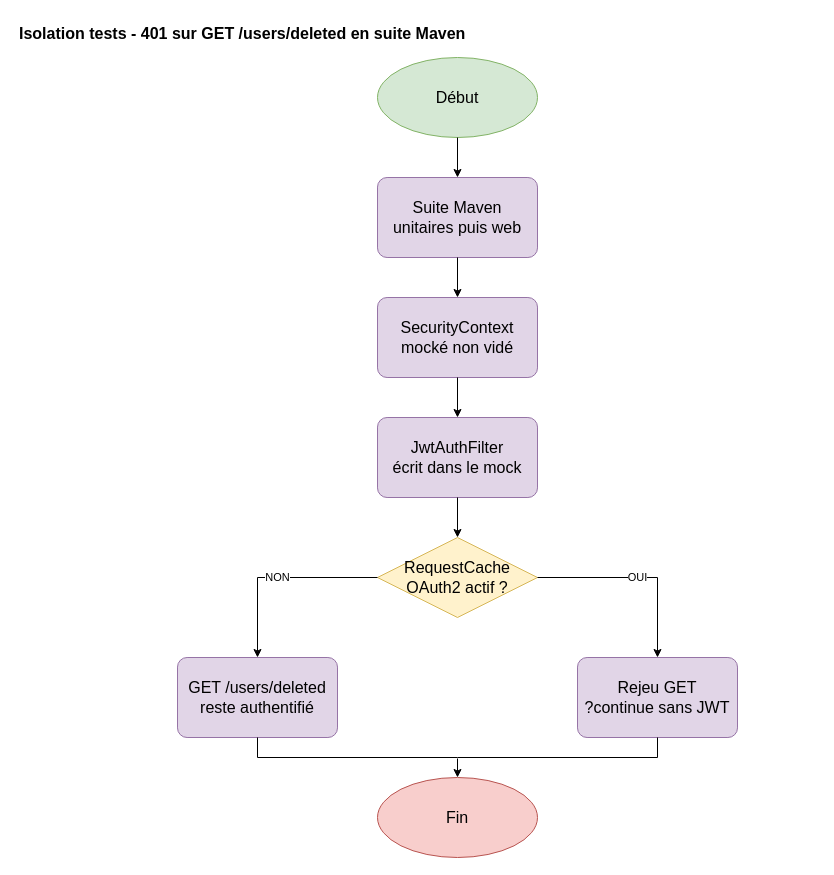
Earlier version of the draw.io diagram page "4. Isolation tests 401" (4 of 4) of docs/process/restdocs-generation.drawio (OrifInformatique/spring-auth). Source tidied: cells renumbered, new cells numbered last; positions are measured from the earlier drawing's top-left corner, leaving out a move shared by most shapes. Both pictures are drawn from the tidied source at 100%, with x=0, y=0 at pixel (17, 17).
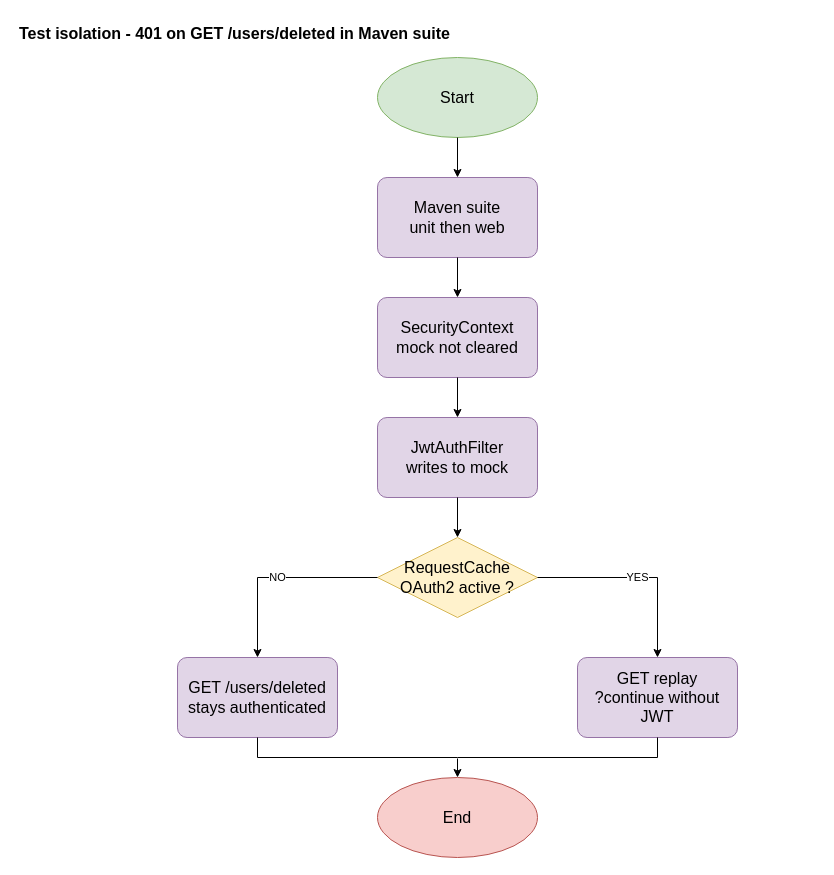
The same diagram, later.

Change to the diagram source:
```diff
@@
-    <mxCell id="2" value="Isolation tests  - 401 sur GET /users/deleted en suite Maven" style="text;html=1;strokeColor=none;fillColor=none;align=left;fontFamily=Helvetica;fontSize=16;fontStyle=1;fontColor=#000000;" parent="1" vertex="1">
+    <mxCell id="2" value="Test isolation  - 401 on GET /users/deleted in Maven suite" style="text;html=1;strokeColor=none;fillColor=none;align=left;fontFamily=Helvetica;fontSize=16;fontStyle=1;fontColor=#000000;" parent="1" vertex="1">
       <mxGeometry width="800" height="30" as="geometry" />
     </mxCell>
-    <mxCell id="3" value="Début" style="ellipse;whiteSpace=wrap;html=1;strokeWidth=1;fontFamily=Helvetica;fontSize=16;fontStyle=0;fontColor=#000000;align=center;verticalAlign=middle;spacing=2;opacity=100;fillColor=#d5e8d4;strokeColor=#82b366;" parent="1" vertex="1">
+    <mxCell id="3" value="Start" style="ellipse;whiteSpace=wrap;html=1;strokeWidth=1;fontFamily=Helvetica;fontSize=16;fontStyle=0;fontColor=#000000;align=center;verticalAlign=middle;spacing=2;opacity=100;fillColor=#d5e8d4;strokeColor=#82b366;" parent="1" vertex="1">
       <mxGeometry x="360" y="40" width="160" height="80" as="geometry" />
     </mxCell>
-    <mxCell id="4" value="Suite Maven&#10;unitaires puis web" style="rounded=1;arcSize=12;whiteSpace=wrap;html=1;strokeWidth=1;fontFamily=Helvetica;fontSize=16;fontStyle=0;fontColor=#000000;align=center;verticalAlign=middle;spacing=2;opacity=100;fillColor=#e1d5e7;strokeColor=#9673a6;" parent="1" vertex="1">
+    <mxCell id="4" value="Maven suite&#10;unit then web" style="rounded=1;arcSize=12;whiteSpace=wrap;html=1;strokeWidth=1;fontFamily=Helvetica;fontSize=16;fontStyle=0;fontColor=#000000;align=center;verticalAlign=middle;spacing=2;opacity=100;fillColor=#e1d5e7;strokeColor=#9673a6;" parent="1" vertex="1">
       <mxGeometry x="360" y="160" width="160" height="80" as="geometry" />
     </mxCell>
-    <mxCell id="5" value="SecurityContext&#10;mocké non vidé" style="rounded=1;arcSize=12;whiteSpace=wrap;html=1;strokeWidth=1;fontFamily=Helvetica;fontSize=16;fontStyle=0;fontColor=#000000;align=center;verticalAlign=middle;spacing=2;opacity=100;fillColor=#e1d5e7;strokeColor=#9673a6;" parent="1" vertex="1">
+    <mxCell id="5" value="SecurityContext&#10;mock not cleared" style="rounded=1;arcSize=12;whiteSpace=wrap;html=1;strokeWidth=1;fontFamily=Helvetica;fontSize=16;fontStyle=0;fontColor=#000000;align=center;verticalAlign=middle;spacing=2;opacity=100;fillColor=#e1d5e7;strokeColor=#9673a6;" parent="1" vertex="1">
       <mxGeometry x="360" y="280" width="160" height="80" as="geometry" />
     </mxCell>
-    <mxCell id="6" value="JwtAuthFilter&#10;écrit dans le mock" style="rounded=1;arcSize=12;whiteSpace=wrap;html=1;strokeWidth=1;fontFamily=Helvetica;fontSize=16;fontStyle=0;fontColor=#000000;align=center;verticalAlign=middle;spacing=2;opacity=100;fillColor=#e1d5e7;strokeColor=#9673a6;" parent="1" vertex="1">
+    <mxCell id="6" value="JwtAuthFilter&#10;writes to mock" style="rounded=1;arcSize=12;whiteSpace=wrap;html=1;strokeWidth=1;fontFamily=Helvetica;fontSize=16;fontStyle=0;fontColor=#000000;align=center;verticalAlign=middle;spacing=2;opacity=100;fillColor=#e1d5e7;strokeColor=#9673a6;" parent="1" vertex="1">
       <mxGeometry x="360" y="400" width="160" height="80" as="geometry" />
     </mxCell>
-    <mxCell id="7" value="RequestCache&#10;OAuth2 actif ?" style="rhombus;whiteSpace=wrap;html=1;strokeWidth=1;fontFamily=Helvetica;fontSize=16;fontStyle=0;fontColor=#000000;align=center;verticalAlign=middle;spacing=2;opacity=100;fillColor=#fff2cc;strokeColor=#d6b656;" parent="1" vertex="1">
+    <mxCell id="7" value="RequestCache&#10;OAuth2 active ?" style="rhombus;whiteSpace=wrap;html=1;strokeWidth=1;fontFamily=Helvetica;fontSize=16;fontStyle=0;fontColor=#000000;align=center;verticalAlign=middle;spacing=2;opacity=100;fillColor=#fff2cc;strokeColor=#d6b656;" parent="1" vertex="1">
       <mxGeometry x="360" y="520" width="160" height="80" as="geometry" />
     </mxCell>
-    <mxCell id="8" value="GET /users/deleted&#10;reste authentifié" style="rounded=1;arcSize=12;whiteSpace=wrap;html=1;strokeWidth=1;fontFamily=Helvetica;fontSize=16;fontStyle=0;fontColor=#000000;align=center;verticalAlign=middle;spacing=2;opacity=100;fillColor=#e1d5e7;strokeColor=#9673a6;" parent="1" vertex="1">
+    <mxCell id="8" value="GET /users/deleted&#10;stays authenticated" style="rounded=1;arcSize=12;whiteSpace=wrap;html=1;strokeWidth=1;fontFamily=Helvetica;fontSize=16;fontStyle=0;fontColor=#000000;align=center;verticalAlign=middle;spacing=2;opacity=100;fillColor=#e1d5e7;strokeColor=#9673a6;" parent="1" vertex="1">
       <mxGeometry x="160" y="640" width="160" height="80" as="geometry" />
     </mxCell>
-    <mxCell id="9" value="Rejeu GET&#10;?continue sans JWT" style="rounded=1;arcSize=12;whiteSpace=wrap;html=1;strokeWidth=1;fontFamily=Helvetica;fontSize=16;fontStyle=0;fontColor=#000000;align=center;verticalAlign=middle;spacing=2;opacity=100;fillColor=#e1d5e7;strokeColor=#9673a6;" parent="1" vertex="1">
+    <mxCell id="9" value="GET replay&#10;?continue without JWT" style="rounded=1;arcSize=12;whiteSpace=wrap;html=1;strokeWidth=1;fontFamily=Helvetica;fontSize=16;fontStyle=0;fontColor=#000000;align=center;verticalAlign=middle;spacing=2;opacity=100;fillColor=#e1d5e7;strokeColor=#9673a6;" parent="1" vertex="1">
       <mxGeometry x="560" y="640" width="160" height="80" as="geometry" />
     </mxCell>
-    <mxCell id="10" value="Fin" style="ellipse;whiteSpace=wrap;html=1;strokeWidth=1;fontFamily=Helvetica;fontSize=16;fontStyle=0;fontColor=#000000;align=center;verticalAlign=middle;spacing=2;opacity=100;fillColor=#f8cecc;strokeColor=#b85450;" parent="1" vertex="1">
+    <mxCell id="10" value="End" style="ellipse;whiteSpace=wrap;html=1;strokeWidth=1;fontFamily=Helvetica;fontSize=16;fontStyle=0;fontColor=#000000;align=center;verticalAlign=middle;spacing=2;opacity=100;fillColor=#f8cecc;strokeColor=#b85450;" parent="1" vertex="1">
       <mxGeometry x="360" y="760" width="160" height="80" as="geometry" />
     </mxCell>
@@
-    <mxCell id="16" value="NON" style="edgeStyle=orthogonalEdgeStyle;rounded=0;jettySize=auto;html=1;strokeColor=#000000;strokeWidth=1;startArrow=none;endArrow=classic;endFill=1;endSize=6;jumpStyle=none;jumpSize=6;opacity=100;fontFamily=Helvetica;fontSize=11;fontColor=#000000;labelBackgroundColor=#ffffff;align=center;verticalAlign=middle;spacing=2;exitX=0;exitY=0.5;entryX=0.5;entryY=0;" parent="1" edge="1" source="7" target="8">
+    <mxCell id="16" value="NO" style="edgeStyle=orthogonalEdgeStyle;rounded=0;jettySize=auto;html=1;strokeColor=#000000;strokeWidth=1;startArrow=none;endArrow=classic;endFill=1;endSize=6;jumpStyle=none;jumpSize=6;opacity=100;fontFamily=Helvetica;fontSize=11;fontColor=#000000;labelBackgroundColor=#ffffff;align=center;verticalAlign=middle;spacing=2;exitX=0;exitY=0.5;entryX=0.5;entryY=0;" parent="1" edge="1" source="7" target="8">
       <mxGeometry relative="1" as="geometry">
         <Array as="points">
           <mxPoint x="240" y="560" />
         </Array>
       </mxGeometry>
     </mxCell>
-    <mxCell id="17" value="OUI" style="edgeStyle=orthogonalEdgeStyle;rounded=0;jettySize=auto;html=1;strokeColor=#000000;strokeWidth=1;startArrow=none;endArrow=classic;endFill=1;endSize=6;jumpStyle=none;jumpSize=6;opacity=100;fontFamily=Helvetica;fontSize=11;fontColor=#000000;labelBackgroundColor=#ffffff;align=center;verticalAlign=middle;spacing=2;exitX=1;exitY=0.5;entryX=0.5;entryY=0;" parent="1" edge="1" source="7" target="9">
+    <mxCell id="17" value="YES" style="edgeStyle=orthogonalEdgeStyle;rounded=0;jettySize=auto;html=1;strokeColor=#000000;strokeWidth=1;startArrow=none;endArrow=classic;endFill=1;endSize=6;jumpStyle=none;jumpSize=6;opacity=100;fontFamily=Helvetica;fontSize=11;fontColor=#000000;labelBackgroundColor=#ffffff;align=center;verticalAlign=middle;spacing=2;exitX=1;exitY=0.5;entryX=0.5;entryY=0;" parent="1" edge="1" source="7" target="9">
       <mxGeometry relative="1" as="geometry">
         <Array as="points">
           <mxPoint x="640" y="560" />
         </Array>
       </mxGeometry>
     </mxCell>
```
